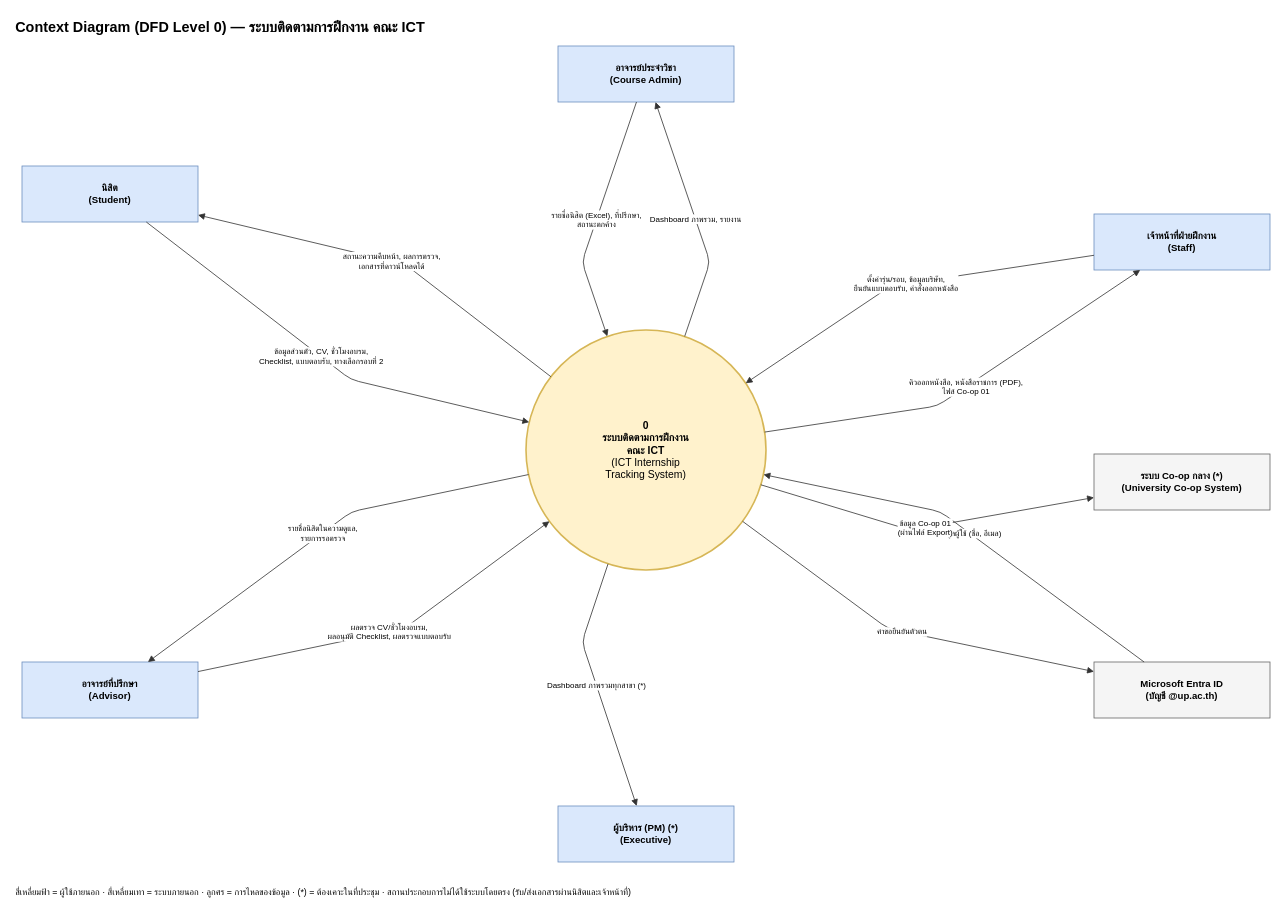
Earlier version of the draw.io diagram docs/requirements/diagrams/context_diagram.drawio (Whyer2005/ICT_Internship_tracking_system). Source tidied: cells renumbered, new cells numbered last; positions are measured from the earlier drawing's top-left corner, leaving out a move shared by most shapes. Both pictures are drawn from the tidied source at 80%, with x=0, y=0 at pixel (14, 14).
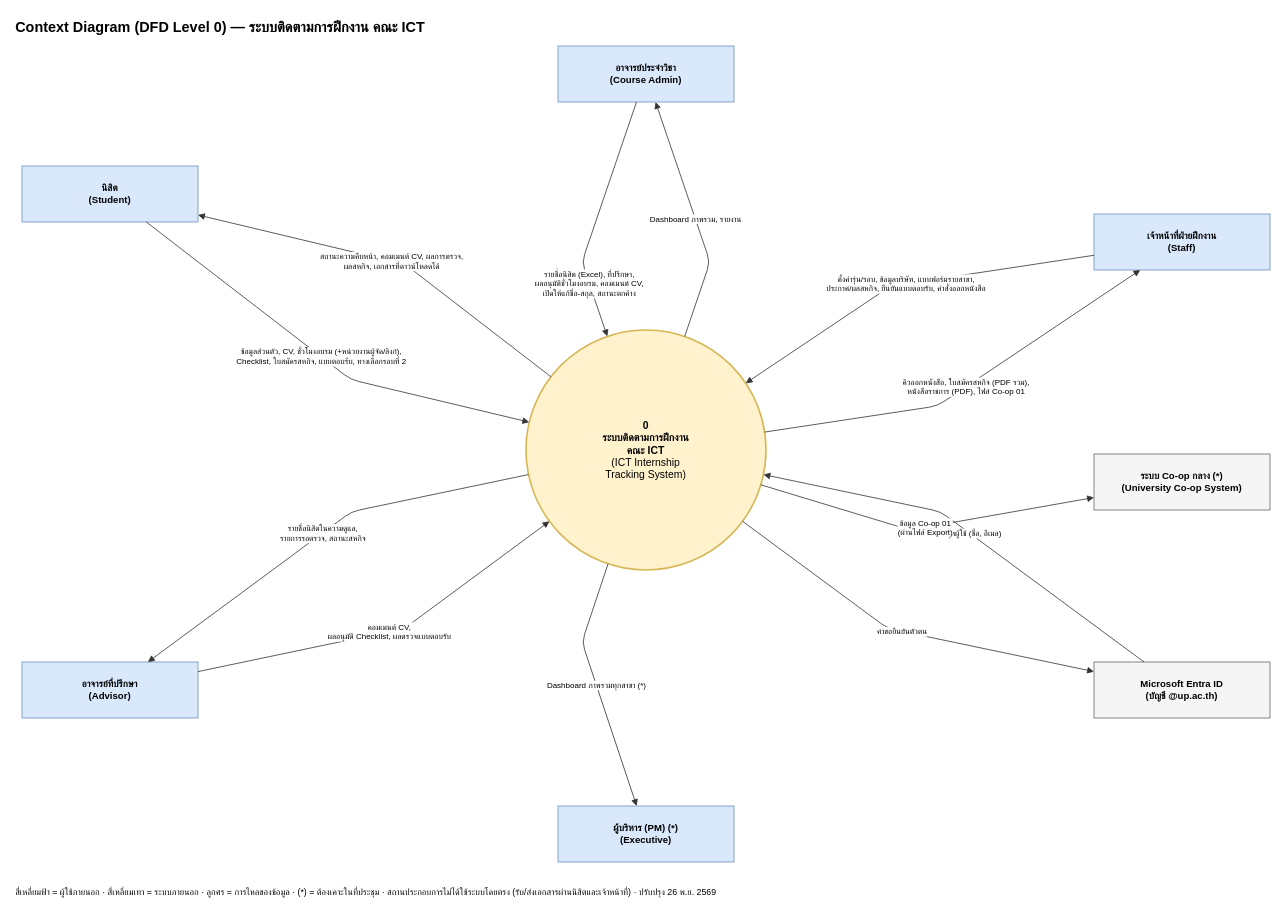
After the change.

Unchanged cells that the change refers to:
```xml
<mxCell id="2" value="&lt;b&gt;0&lt;/b&gt;&lt;br&gt;&lt;b&gt;ระบบติดตามการฝึกงาน&lt;br&gt;คณะ ICT&lt;/b&gt;&lt;br&gt;(ICT Internship&lt;br&gt;Tracking System)" style="ellipse;whiteSpace=wrap;html=1;fillColor=#fff2cc;strokeColor=#d6b656;strokeWidth=2;fontSize=13;" parent="1" vertex="1">
  <mxGeometry x="640" y="395" width="300" height="300" as="geometry" />
</mxCell>
<mxCell id="3" value="นิสิต&lt;br&gt;(Student)" style="rounded=0;whiteSpace=wrap;html=1;fillColor=#dae8fc;strokeColor=#6c8ebf;fontStyle=1;fontSize=12;" parent="1" vertex="1">
  <mxGeometry x="10" y="190" width="220" height="70" as="geometry" />
</mxCell>
<mxCell id="6" value="อาจารย์ที่ปรึกษา&lt;br&gt;(Advisor)" style="rounded=0;whiteSpace=wrap;html=1;fillColor=#dae8fc;strokeColor=#6c8ebf;fontStyle=1;fontSize=12;" parent="1" vertex="1">
  <mxGeometry x="10" y="810" width="220" height="70" as="geometry" />
</mxCell>
<mxCell id="9" value="อาจารย์ประจำวิชา&lt;br&gt;(Course Admin)" style="rounded=0;whiteSpace=wrap;html=1;fillColor=#dae8fc;strokeColor=#6c8ebf;fontStyle=1;fontSize=12;" parent="1" vertex="1">
  <mxGeometry x="680" y="40" width="220" height="70" as="geometry" />
</mxCell>
<mxCell id="12" value="เจ้าหน้าที่ฝ่ายฝึกงาน&lt;br&gt;(Staff)" style="rounded=0;whiteSpace=wrap;html=1;fillColor=#dae8fc;strokeColor=#6c8ebf;fontStyle=1;fontSize=12;" parent="1" vertex="1">
  <mxGeometry x="1350" y="250" width="220" height="70" as="geometry" />
</mxCell>
```

Change to the diagram source:
```diff
@@
-    <mxCell id="4" value="ข้อมูลส่วนตัว, CV, ชั่วโมงอบรม,&lt;br&gt;Checklist, แบบตอบรับ, ทางเลือกรอบที่ 2" style="endArrow=block;endFill=1;html=1;fontSize=10;labelBackgroundColor=#ffffff;strokeColor=#333333;" parent="1" edge="1" source="3" target="2">
+    <mxCell id="4" value="ข้อมูลส่วนตัว, CV, ชั่วโมงอบรม (+หน่วยงานผู้จัด/ลิงก์),&lt;br&gt;Checklist, ใบสมัครสหกิจ, แบบตอบรับ, ทางเลือกรอบที่ 2" style="endArrow=block;endFill=1;html=1;fontSize=10;labelBackgroundColor=#ffffff;strokeColor=#333333;" parent="1" edge="1" source="3" target="2">
       <mxGeometry relative="1" as="geometry">
         <Array as="points">
           <mxPoint x="421" y="457" />
         </Array>
       </mxGeometry>
     </mxCell>
-    <mxCell id="5" value="สถานะความคืบหน้า, ผลการตรวจ,&lt;br&gt;เอกสารที่ดาวน์โหลดได้" style="endArrow=block;endFill=1;html=1;fontSize=10;labelBackgroundColor=#ffffff;strokeColor=#333333;" parent="1" edge="1" source="2" target="3">
+    <mxCell id="5" value="สถานะความคืบหน้า, คอมเมนต์ CV, ผลการตรวจ,&lt;br&gt;ผลสหกิจ, เอกสารที่ดาวน์โหลดได้" style="endArrow=block;endFill=1;html=1;fontSize=10;labelBackgroundColor=#ffffff;strokeColor=#333333;" parent="1" edge="1" source="2" target="3">
       <mxGeometry relative="1" as="geometry">
         <Array as="points">
           <mxPoint x="489" y="313" />
         </Array>
       </mxGeometry>
     </mxCell>
@@
-    <mxCell id="7" value="ผลตรวจ CV/ชั่วโมงอบรม,&lt;br&gt;ผลอนุมัติ Checklist, ผลตรวจแบบตอบรับ" style="endArrow=block;endFill=1;html=1;fontSize=10;labelBackgroundColor=#ffffff;strokeColor=#333333;" parent="1" edge="1" source="6" target="2">
+    <mxCell id="7" value="คอมเมนต์ CV,&lt;br&gt;ผลอนุมัติ Checklist, ผลตรวจแบบตอบรับ" style="endArrow=block;endFill=1;html=1;fontSize=10;labelBackgroundColor=#ffffff;strokeColor=#333333;" parent="1" edge="1" source="6" target="2">
       <mxGeometry relative="1" as="geometry">
         <Array as="points">
           <mxPoint x="488" y="768" />
         </Array>
       </mxGeometry>
     </mxCell>
-    <mxCell id="8" value="รายชื่อนิสิตในความดูแล,&lt;br&gt;รายการรอตรวจ" style="endArrow=block;endFill=1;html=1;fontSize=10;labelBackgroundColor=#ffffff;strokeColor=#333333;" parent="1" edge="1" source="2" target="6">
+    <mxCell id="8" value="รายชื่อนิสิตในความดูแล,&lt;br&gt;รายการรอตรวจ, สถานะสหกิจ" style="endArrow=block;endFill=1;html=1;fontSize=10;labelBackgroundColor=#ffffff;strokeColor=#333333;" parent="1" edge="1" source="2" target="6">
       <mxGeometry relative="1" as="geometry">
         <Array as="points">
           <mxPoint x="422" y="622" />
         </Array>
       </mxGeometry>
     </mxCell>
@@
-    <mxCell id="10" value="รายชื่อนิสิต (Excel), ที่ปรึกษา,&lt;br&gt;สถานะตกค้าง" style="endArrow=block;endFill=1;html=1;fontSize=10;labelBackgroundColor=#ffffff;strokeColor=#333333;" parent="1" edge="1" source="9" target="2">
-      <mxGeometry relative="1" as="geometry">
+    <mxCell id="10" value="รายชื่อนิสิต (Excel), ที่ปรึกษา,&lt;br&gt;ผลอนุมัติชั่วโมงอบรม, คอมเมนต์ CV,&lt;br&gt;เปิดให้แก้ชื่อ-สกุล, สถานะตกค้าง" style="endArrow=block;endFill=1;html=1;fontSize=10;labelBackgroundColor=#ffffff;strokeColor=#333333;" parent="1" edge="1" source="9" target="2">
+      <mxGeometry x="0.55" relative="1" as="geometry">
         <Array as="points">
           <mxPoint x="710" y="310" />
         </Array>
       </mxGeometry>
     </mxCell>
@@
-    <mxCell id="13" value="ตั้งค่ารุ่น/รอบ, ข้อมูลบริษัท,&lt;br&gt;ยืนยันแบบตอบรับ, คำสั่งออกหนังสือ" style="endArrow=block;endFill=1;html=1;fontSize=10;labelBackgroundColor=#ffffff;strokeColor=#333333;" parent="1" edge="1" source="12" target="2">
+    <mxCell id="13" value="ตั้งค่ารุ่น/รอบ, ข้อมูลบริษัท, แบบฟอร์มรายสาขา,&lt;br&gt;ประกาศ/ผลสหกิจ, ยืนยันแบบตอบรับ, คำสั่งออกหนังสือ" style="endArrow=block;endFill=1;html=1;fontSize=10;labelBackgroundColor=#ffffff;strokeColor=#333333;" parent="1" edge="1" source="12" target="2">
       <mxGeometry relative="1" as="geometry">
         <Array as="points">
           <mxPoint x="1096" y="340" />
         </Array>
       </mxGeometry>
     </mxCell>
-    <mxCell id="14" value="คิวออกหนังสือ, หนังสือราชการ (PDF),&lt;br&gt;ไฟล์ Co-op 01" style="endArrow=block;endFill=1;html=1;fontSize=10;labelBackgroundColor=#ffffff;strokeColor=#333333;" parent="1" edge="1" source="2" target="12">
+    <mxCell id="14" value="คิวออกหนังสือ, ใบสมัครสหกิจ (PDF รวม),&lt;br&gt;หนังสือราชการ (PDF), ไฟล์ Co-op 01" style="endArrow=block;endFill=1;html=1;fontSize=10;labelBackgroundColor=#ffffff;strokeColor=#333333;" parent="1" edge="1" source="2" target="12">
       <mxGeometry relative="1" as="geometry">
         <Array as="points">
           <mxPoint x="1154" y="490" />
         </Array>
       </mxGeometry>
     </mxCell>
@@
-    <mxCell id="23" value="สี่เหลี่ยมฟ้า = ผู้ใช้ภายนอก · สี่เหลี่ยมเทา = ระบบภายนอก · ลูกศร = การไหลของข้อมูล · (*) = ต้องเคาะในที่ประชุม · สถานประกอบการไม่ได้ใช้ระบบโดยตรง (รับ/ส่งเอกสารผ่านนิสิตและเจ้าหน้าที่)" style="text;html=1;align=left;fontSize=11;" parent="1" vertex="1">
+    <mxCell id="23" value="สี่เหลี่ยมฟ้า = ผู้ใช้ภายนอก · สี่เหลี่ยมเทา = ระบบภายนอก · ลูกศร = การไหลของข้อมูล · (*) = ต้องเคาะในที่ประชุม · สถานประกอบการไม่ได้ใช้ระบบโดยตรง (รับ/ส่งเอกสารผ่านนิสิตและเจ้าหน้าที่) · ปรับปรุง 26 พ.ย. 2569" style="text;html=1;align=left;fontSize=11;" parent="1" vertex="1">
       <mxGeometry y="1085" width="1500" height="30" as="geometry" />
     </mxCell>
```
